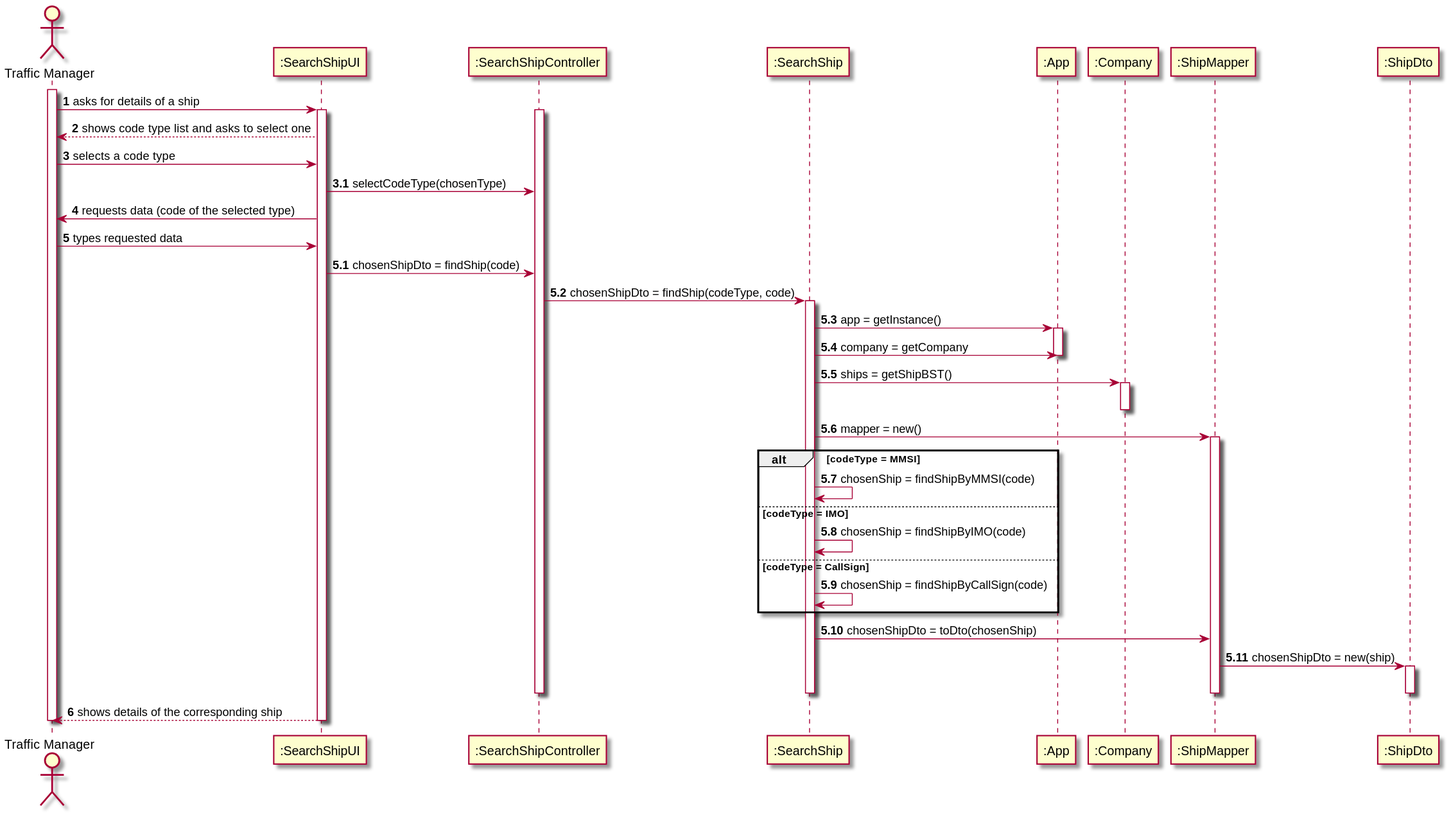
The PlantUML diagram docs/Sprint 1/US/US102/US102_SD.svg in 1190772/LAB-Project-3, before a commit. Source of this version:
```plantuml
@startuml
autonumber

actor "Traffic Manager" as TM

participant ":SearchShipUI" as UI
participant ":SearchShipController" as CTRL
participant ":SearchShip" as SS
participant ":App" as APP
participant ":Company" as COMP
participant ":ShipMapper" as Mapper
participant ":ShipDto" as ShipDto

activate TM
TM -> UI : asks for details of a ship
activate UI
activate CTRL
UI --> TM : shows code type list and asks to select one

TM -> UI : selects a code type
autonumber 3.1
UI -> CTRL : selectCodeType(chosenType)
autonumber 4

UI -> TM : requests data (code of the selected type)
TM -> UI : types requested data

autonumber 5.1
UI -> CTRL : chosenShipDto = findShip(code)

CTRL -> SS : chosenShipDto = findShip(codeType, code)
activate SS

SS -> APP : app = getInstance()
activate APP
SS -> APP : company = getCompany
deactivate APP
SS -> COMP : ships = getShipBST()
activate COMP
deactivate COMP
SS -> Mapper : mapper = new()
activate Mapper

alt codeType = MMSI
  SS -> SS : chosenShip = findShipByMMSI(code)
else codeType = IMO
  SS -> SS : chosenShip = findShipByIMO(code)
else codeType = CallSign
  SS -> SS : chosenShip = findShipByCallSign(code)
end

SS -> Mapper : chosenShipDto = toDto(chosenShip)
Mapper -> ShipDto : chosenShipDto = new(ship)
activate ShipDto
deactivate ShipDto
deactivate Mapper
deactivate SS
deactivate CTRL

autonumber 6
UI --> TM : shows details of the corresponding ship
deactivate UI

deactivate TM

@enduml
```
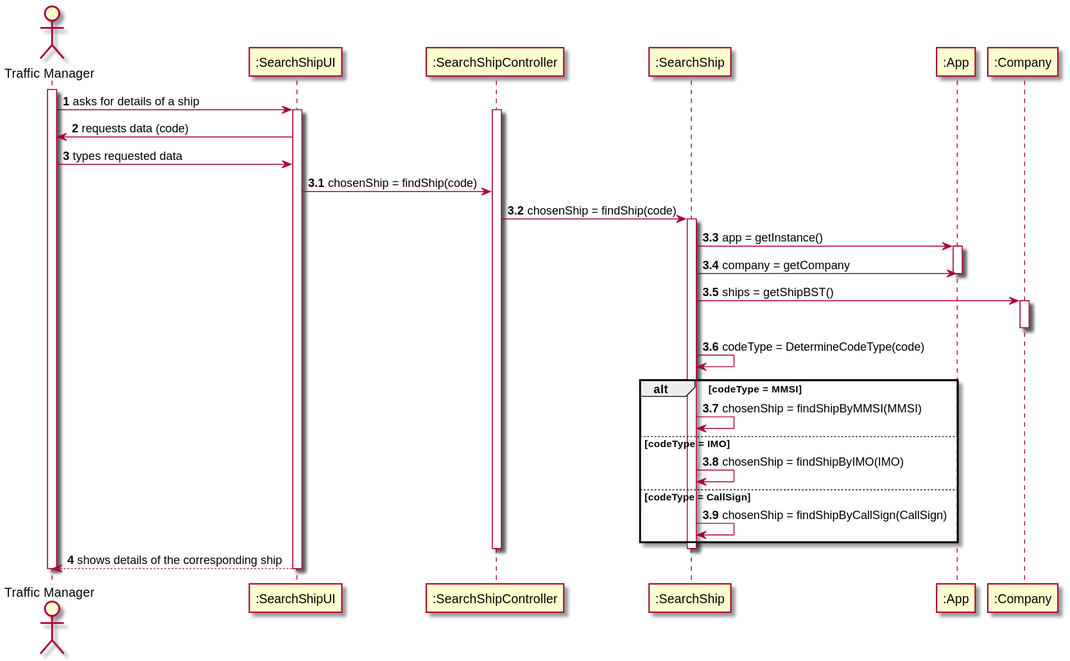
After the change.

Change to the diagram source:
```diff
@@ -8,27 +8,19 @@
 participant ":SearchShip" as SS
 participant ":App" as APP
 participant ":Company" as COMP
-participant ":ShipMapper" as Mapper
-participant ":ShipDto" as ShipDto
 
 activate TM
 TM -> UI : asks for details of a ship
 activate UI
 activate CTRL
-UI --> TM : shows code type list and asks to select one
 
-TM -> UI : selects a code type
-autonumber 3.1
-UI -> CTRL : selectCodeType(chosenType)
-autonumber 4
-
-UI -> TM : requests data (code of the selected type)
+UI -> TM : requests data (code)
 TM -> UI : types requested data
 
-autonumber 5.1
-UI -> CTRL : chosenShipDto = findShip(code)
+autonumber 3.1
+UI -> CTRL : chosenShip = findShip(code)
 
-CTRL -> SS : chosenShipDto = findShip(codeType, code)
+CTRL -> SS : chosenShip = findShip(code)
 activate SS
 
 SS -> APP : app = getInstance()
@@ -38,26 +30,21 @@
 SS -> COMP : ships = getShipBST()
 activate COMP
 deactivate COMP
-SS -> Mapper : mapper = new()
-activate Mapper
+
+SS -> SS : codeType = DetermineCodeType(code)
 
 alt codeType = MMSI
-  SS -> SS : chosenShip = findShipByMMSI(code)
+  SS -> SS : chosenShip = findShipByMMSI(MMSI)
 else codeType = IMO
-  SS -> SS : chosenShip = findShipByIMO(code)
+  SS -> SS : chosenShip = findShipByIMO(IMO)
 else codeType = CallSign
-  SS -> SS : chosenShip = findShipByCallSign(code)
+  SS -> SS : chosenShip = findShipByCallSign(CallSign)
 end
 
-SS -> Mapper : chosenShipDto = toDto(chosenShip)
-Mapper -> ShipDto : chosenShipDto = new(ship)
-activate ShipDto
-deactivate ShipDto
-deactivate Mapper
 deactivate SS
 deactivate CTRL
 
-autonumber 6
+autonumber 4
 UI --> TM : shows details of the corresponding ship
 deactivate UI
 
```
